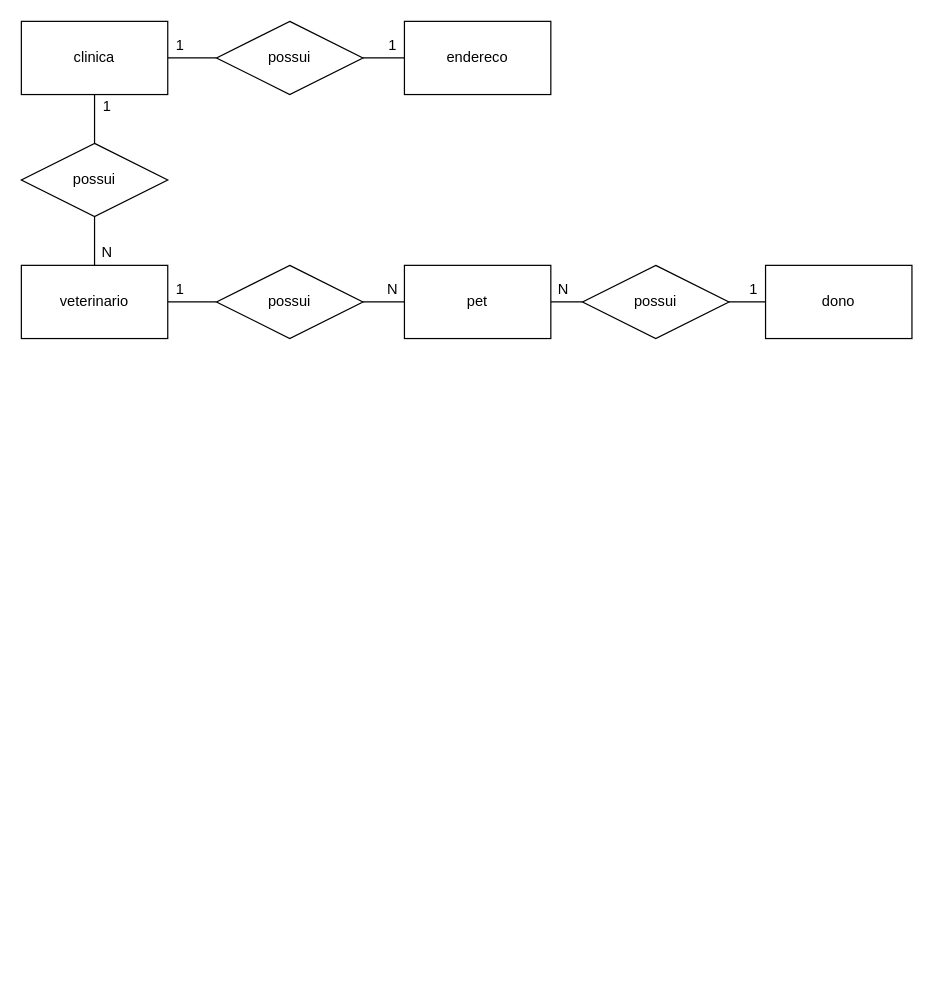
This is page "Conceitual" (1 of 2) of exercicios/1.3-exercicio-pclinics/1.3-exercicio-pclinics.drawio from LimaGustav/senai_sprint1_bd, a draw.io file, before an edit. Source tidied: cells renumbered, new cells numbered last; positions are measured from the earlier drawing's top-left corner, leaving out a move shared by most shapes. Both pictures are drawn from the tidied source at 122%, with x=0, y=0 at pixel (21, 21).
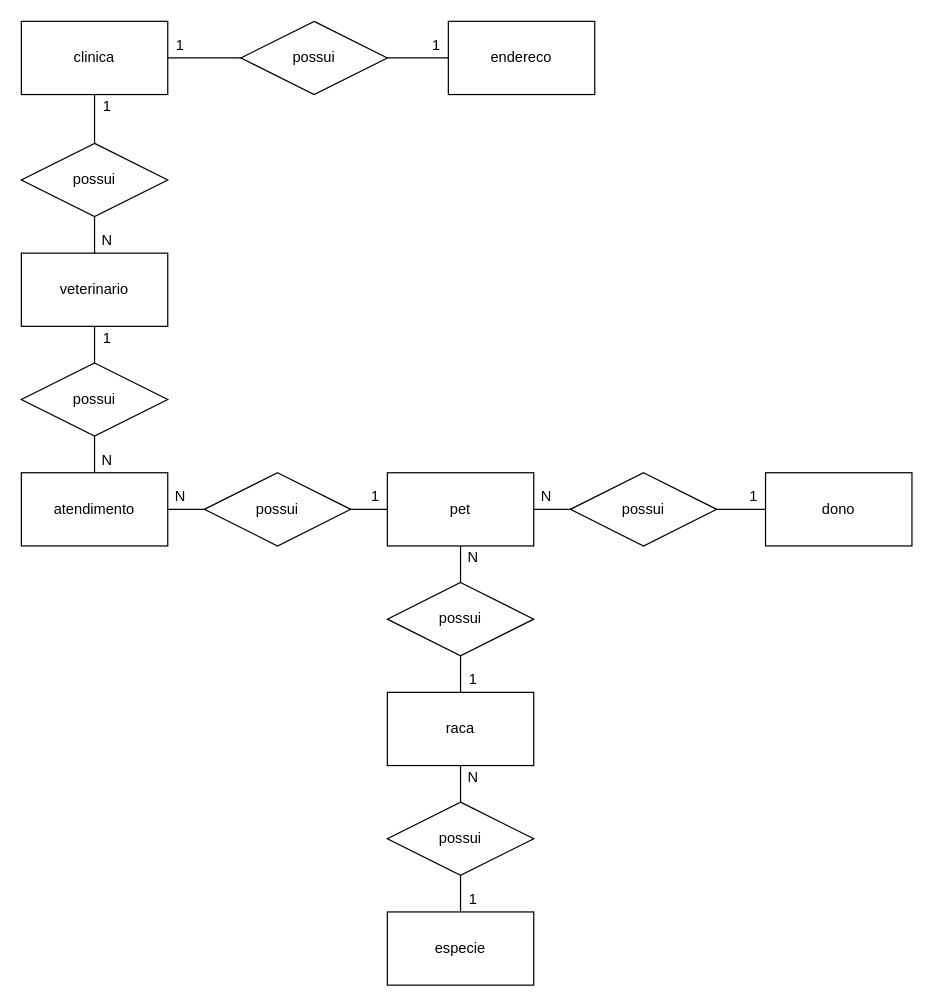
The same diagram, later.

The change refers to these unchanged cells:
```xml
<mxCell id="4" value="clinica" style="rounded=0;whiteSpace=wrap;html=1;" parent="1" vertex="1">
  <mxGeometry width="120" height="60" as="geometry" />
</mxCell>
<mxCell id="14" value="possui" style="shape=rhombus;perimeter=rhombusPerimeter;whiteSpace=wrap;html=1;align=center;" parent="1" vertex="1">
  <mxGeometry y="100" width="120" height="60" as="geometry" />
</mxCell>
```

Change to the diagram source:
```diff
@@
-    <mxCell id="2" style="edgeStyle=orthogonalEdgeStyle;rounded=0;jettySize=auto;html=1;entryX=0;entryY=0.5;entryDx=0;entryDy=0;endArrow=none;endFill=0;" parent="1" edge="1" source="4" target="7">
-      <mxGeometry relative="1" as="geometry" />
-    </mxCell>
+    <mxCell id="27" style="edgeStyle=orthogonalEdgeStyle;rounded=0;jettySize=auto;html=1;entryX=0;entryY=0.5;entryDx=0;entryDy=0;endArrow=none;endFill=0;" parent="1" edge="1" source="4" target="35">
+      <mxGeometry relative="1" as="geometry" />
+    </mxCell>
-    <mxCell id="3" style="edgeStyle=orthogonalEdgeStyle;rounded=0;jettySize=auto;html=1;entryX=0.5;entryY=0;entryDx=0;entryDy=0;endArrow=none;endFill=0;" parent="1" edge="1" source="4" target="14">
+    <mxCell id="3" style="edgeStyle=orthogonalEdgeStyle;rounded=0;jettySize=auto;html=1;endArrow=none;endFill=0;" parent="1" edge="1" source="4" target="14">
       <mxGeometry relative="1" as="geometry" />
     </mxCell>
@@
     <mxCell id="5" value="endereco" style="rounded=0;whiteSpace=wrap;html=1;" parent="1" vertex="1">
-      <mxGeometry x="314" width="120" height="60" as="geometry" />
+      <mxGeometry x="350" width="120" height="60" as="geometry" />
     </mxCell>
-    <mxCell id="6" style="edgeStyle=orthogonalEdgeStyle;rounded=0;jettySize=auto;html=1;endArrow=none;endFill=0;" parent="1" edge="1" source="7" target="5">
-      <mxGeometry relative="1" as="geometry" />
-    </mxCell>
-    <mxCell id="7" value="possui" style="shape=rhombus;perimeter=rhombusPerimeter;whiteSpace=wrap;html=1;align=center;" parent="1" vertex="1">
-      <mxGeometry x="160" width="120" height="60" as="geometry" />
-    </mxCell>
-    <mxCell id="8" style="edgeStyle=orthogonalEdgeStyle;rounded=0;jettySize=auto;html=1;entryX=0;entryY=0.5;entryDx=0;entryDy=0;endArrow=none;endFill=0;" parent="1" edge="1" source="9" target="20">
-      <mxGeometry relative="1" as="geometry" />
-    </mxCell>
+    <mxCell id="28" style="edgeStyle=orthogonalEdgeStyle;rounded=0;jettySize=auto;html=1;entryX=0;entryY=0.5;entryDx=0;entryDy=0;endArrow=none;endFill=0;" parent="1" edge="1" source="9" target="36">
+      <mxGeometry relative="1" as="geometry" />
+    </mxCell>
+    <mxCell id="29" style="edgeStyle=orthogonalEdgeStyle;rounded=0;jettySize=auto;html=1;entryX=0.5;entryY=0;entryDx=0;entryDy=0;endArrow=none;endFill=0;" parent="1" edge="1" source="9" target="53">
+      <mxGeometry relative="1" as="geometry" />
+    </mxCell>
-    <mxCell id="9" value="pet" style="rounded=0;whiteSpace=wrap;html=1;" parent="1" vertex="1">
-      <mxGeometry x="314" y="200" width="120" height="60" as="geometry" />
+    <mxCell id="9" value="pet" style="whiteSpace=wrap;html=1;" parent="1" vertex="1">
+      <mxGeometry x="300" y="370" width="120" height="60" as="geometry" />
     </mxCell>
-    <mxCell id="10" style="edgeStyle=orthogonalEdgeStyle;rounded=0;jettySize=auto;html=1;entryX=0;entryY=0.5;entryDx=0;entryDy=0;endArrow=none;endFill=0;" parent="1" edge="1" source="11" target="22">
-      <mxGeometry relative="1" as="geometry" />
-    </mxCell>
+    <mxCell id="30" style="edgeStyle=orthogonalEdgeStyle;rounded=0;jettySize=auto;html=1;endArrow=none;endFill=0;" parent="1" edge="1" source="12" target="36">
+      <mxGeometry relative="1" as="geometry" />
+    </mxCell>
+    <mxCell id="12" value="dono" style="whiteSpace=wrap;html=1;" parent="1" vertex="1">
+      <mxGeometry x="610" y="370" width="120" height="60" as="geometry" />
+    </mxCell>
+    <mxCell id="31" style="edgeStyle=orthogonalEdgeStyle;rounded=0;jettySize=auto;html=1;endArrow=none;endFill=0;" parent="1" edge="1" source="11" target="38">
+      <mxGeometry relative="1" as="geometry" />
+    </mxCell>
-    <mxCell id="11" value="veterinario" style="rounded=0;whiteSpace=wrap;html=1;" parent="1" vertex="1">
-      <mxGeometry y="200" width="120" height="60" as="geometry" />
+    <mxCell id="11" value="veterinario" style="whiteSpace=wrap;html=1;" parent="1" vertex="1">
+      <mxGeometry y="190" width="120" height="60" as="geometry" />
     </mxCell>
-    <mxCell id="12" value="dono" style="rounded=0;whiteSpace=wrap;html=1;" parent="1" vertex="1">
-      <mxGeometry x="610" y="200" width="120" height="60" as="geometry" />
-    </mxCell>
+    <mxCell id="32" style="edgeStyle=orthogonalEdgeStyle;rounded=0;jettySize=auto;html=1;endArrow=none;endFill=0;" parent="1" edge="1" source="33" target="40">
+      <mxGeometry relative="1" as="geometry" />
+    </mxCell>
+    <mxCell id="33" value="atendimento" style="whiteSpace=wrap;html=1;" parent="1" vertex="1">
+      <mxGeometry y="370" width="120" height="60" as="geometry" />
+    </mxCell>
+    <mxCell id="34" style="edgeStyle=orthogonalEdgeStyle;rounded=0;jettySize=auto;html=1;endArrow=none;endFill=0;" parent="1" edge="1" source="35" target="5">
+      <mxGeometry relative="1" as="geometry" />
+    </mxCell>
+    <mxCell id="35" value="possui" style="shape=rhombus;perimeter=rhombusPerimeter;whiteSpace=wrap;html=1;align=center;" parent="1" vertex="1">
+      <mxGeometry x="180" width="120" height="60" as="geometry" />
+    </mxCell>
+    <mxCell id="36" value="possui" style="shape=rhombus;perimeter=rhombusPerimeter;whiteSpace=wrap;html=1;align=center;" parent="1" vertex="1">
+      <mxGeometry x="450" y="370" width="120" height="60" as="geometry" />
+    </mxCell>
@@
+    <mxCell id="37" style="edgeStyle=orthogonalEdgeStyle;rounded=0;jettySize=auto;html=1;endArrow=none;endFill=0;" parent="1" edge="1" source="38" target="33">
+      <mxGeometry relative="1" as="geometry" />
+    </mxCell>
+    <mxCell id="38" value="possui" style="shape=rhombus;perimeter=rhombusPerimeter;whiteSpace=wrap;html=1;align=center;" parent="1" vertex="1">
+      <mxGeometry y="280" width="120" height="60" as="geometry" />
+    </mxCell>
+    <mxCell id="39" style="edgeStyle=orthogonalEdgeStyle;rounded=0;jettySize=auto;html=1;endArrow=none;endFill=0;" parent="1" edge="1" source="40" target="9">
+      <mxGeometry relative="1" as="geometry" />
+    </mxCell>
+    <mxCell id="40" value="possui" style="shape=rhombus;perimeter=rhombusPerimeter;whiteSpace=wrap;html=1;align=center;" parent="1" vertex="1">
+      <mxGeometry x="150" y="370" width="120" height="60" as="geometry" />
+    </mxCell>
+    <mxCell id="18" value="1" style="text;html=1;align=center;verticalAlign=middle;strokeColor=none;" parent="1" vertex="1">
+      <mxGeometry x="120" y="10" width="20" height="20" as="geometry" />
+    </mxCell>
+    <mxCell id="41" value="1" style="text;html=1;align=center;verticalAlign=middle;strokeColor=none;" parent="1" vertex="1">
+      <mxGeometry x="330" y="10" width="20" height="20" as="geometry" />
+    </mxCell>
@@
-    <mxCell id="16" value="1" style="text;html=1;align=center;verticalAlign=middle;strokeColor=none;" parent="1" vertex="1">
-      <mxGeometry x="294" y="10" width="20" height="20" as="geometry" />
-    </mxCell>
-    <mxCell id="17" value="N" style="text;html=1;align=center;verticalAlign=middle;strokeColor=none;" parent="1" vertex="1">
-      <mxGeometry x="60" y="180" width="20" height="20" as="geometry" />
-    </mxCell>
-    <mxCell id="18" value="1" style="text;html=1;align=center;verticalAlign=middle;strokeColor=none;" parent="1" vertex="1">
-      <mxGeometry x="120" y="10" width="20" height="20" as="geometry" />
-    </mxCell>
-    <mxCell id="19" style="edgeStyle=orthogonalEdgeStyle;rounded=0;jettySize=auto;html=1;endArrow=none;endFill=0;" parent="1" edge="1" source="20" target="12">
-      <mxGeometry relative="1" as="geometry" />
-    </mxCell>
-    <mxCell id="20" value="possui" style="shape=rhombus;perimeter=rhombusPerimeter;whiteSpace=wrap;html=1;align=center;" parent="1" vertex="1">
-      <mxGeometry x="460" y="200" width="120" height="60" as="geometry" />
-    </mxCell>
-    <mxCell id="21" style="edgeStyle=orthogonalEdgeStyle;rounded=0;jettySize=auto;html=1;entryX=0;entryY=0.5;entryDx=0;entryDy=0;endArrow=none;endFill=0;" parent="1" edge="1" source="22" target="9">
-      <mxGeometry relative="1" as="geometry" />
-    </mxCell>
-    <mxCell id="22" value="possui" style="shape=rhombus;perimeter=rhombusPerimeter;whiteSpace=wrap;html=1;align=center;" parent="1" vertex="1">
-      <mxGeometry x="160" y="200" width="120" height="60" as="geometry" />
-    </mxCell>
-    <mxCell id="23" value="N" style="text;html=1;align=center;verticalAlign=middle;strokeColor=none;" parent="1" vertex="1">
-      <mxGeometry x="434" y="210" width="20" height="20" as="geometry" />
-    </mxCell>
-    <mxCell id="24" value="1" style="text;html=1;align=center;verticalAlign=middle;strokeColor=none;" parent="1" vertex="1">
-      <mxGeometry x="590" y="210" width="20" height="20" as="geometry" />
-    </mxCell>
-    <mxCell id="25" value="N" style="text;html=1;align=center;verticalAlign=middle;strokeColor=none;" parent="1" vertex="1">
-      <mxGeometry x="294" y="210" width="20" height="20" as="geometry" />
-    </mxCell>
-    <mxCell id="26" value="1" style="text;html=1;align=center;verticalAlign=middle;strokeColor=none;" parent="1" vertex="1">
-      <mxGeometry x="120" y="210" width="20" height="20" as="geometry" />
-    </mxCell>
+    <mxCell id="42" value="N" style="text;html=1;align=center;verticalAlign=middle;strokeColor=none;" parent="1" vertex="1">
+      <mxGeometry x="60" y="170" width="20" height="20" as="geometry" />
+    </mxCell>
+    <mxCell id="43" value="1" style="text;html=1;align=center;verticalAlign=middle;strokeColor=none;" parent="1" vertex="1">
+      <mxGeometry x="60" y="250" width="20" height="20" as="geometry" />
+    </mxCell>
+    <mxCell id="44" value="N" style="text;html=1;align=center;verticalAlign=middle;strokeColor=none;" parent="1" vertex="1">
+      <mxGeometry x="120" y="380" width="20" height="20" as="geometry" />
+    </mxCell>
+    <mxCell id="45" value="1" style="text;html=1;align=center;verticalAlign=middle;strokeColor=none;" parent="1" vertex="1">
+      <mxGeometry x="280" y="380" width="20" height="20" as="geometry" />
+    </mxCell>
+    <mxCell id="46" value="N" style="text;html=1;align=center;verticalAlign=middle;strokeColor=none;" parent="1" vertex="1">
+      <mxGeometry x="420" y="380" width="20" height="20" as="geometry" />
+    </mxCell>
+    <mxCell id="47" value="1" style="text;html=1;align=center;verticalAlign=middle;strokeColor=none;" parent="1" vertex="1">
+      <mxGeometry x="590" y="380" width="20" height="20" as="geometry" />
+    </mxCell>
+    <mxCell id="48" value="N" style="text;html=1;align=center;verticalAlign=middle;strokeColor=none;" parent="1" vertex="1">
+      <mxGeometry x="60" y="350" width="20" height="20" as="geometry" />
+    </mxCell>
+    <mxCell id="49" style="edgeStyle=orthogonalEdgeStyle;rounded=0;jettySize=auto;html=1;endArrow=none;endFill=0;" parent="1" edge="1" source="50" target="55">
+      <mxGeometry relative="1" as="geometry" />
+    </mxCell>
+    <mxCell id="50" value="raca" style="whiteSpace=wrap;html=1;" parent="1" vertex="1">
+      <mxGeometry x="300" y="550" width="120" height="60" as="geometry" />
+    </mxCell>
+    <mxCell id="51" value="especie" style="whiteSpace=wrap;html=1;" parent="1" vertex="1">
+      <mxGeometry x="300" y="730" width="120" height="60" as="geometry" />
+    </mxCell>
+    <mxCell id="52" style="edgeStyle=orthogonalEdgeStyle;rounded=0;jettySize=auto;html=1;endArrow=none;endFill=0;" parent="1" edge="1" source="53" target="50">
+      <mxGeometry relative="1" as="geometry" />
+    </mxCell>
+    <mxCell id="53" value="possui" style="shape=rhombus;perimeter=rhombusPerimeter;whiteSpace=wrap;html=1;align=center;" parent="1" vertex="1">
+      <mxGeometry x="300" y="460" width="120" height="60" as="geometry" />
+    </mxCell>
+    <mxCell id="54" style="edgeStyle=orthogonalEdgeStyle;rounded=0;jettySize=auto;html=1;endArrow=none;endFill=0;" parent="1" edge="1" source="55" target="51">
+      <mxGeometry relative="1" as="geometry" />
+    </mxCell>
+    <mxCell id="55" value="possui" style="shape=rhombus;perimeter=rhombusPerimeter;whiteSpace=wrap;html=1;align=center;" parent="1" vertex="1">
+      <mxGeometry x="300" y="640" width="120" height="60" as="geometry" />
+    </mxCell>
+    <mxCell id="56" value="N" style="text;html=1;align=center;verticalAlign=middle;strokeColor=none;" parent="1" vertex="1">
+      <mxGeometry x="360" y="430" width="20" height="20" as="geometry" />
+    </mxCell>
+    <mxCell id="57" value="1" style="text;html=1;align=center;verticalAlign=middle;strokeColor=none;" parent="1" vertex="1">
+      <mxGeometry x="360" y="530" width="20" height="20" as="geometry" />
+    </mxCell>
+    <mxCell id="58" value="N" style="text;html=1;align=center;verticalAlign=middle;strokeColor=none;" parent="1" vertex="1">
+      <mxGeometry x="360" y="610" width="20" height="20" as="geometry" />
+    </mxCell>
+    <mxCell id="59" value="1" style="text;html=1;align=center;verticalAlign=middle;strokeColor=none;" parent="1" vertex="1">
+      <mxGeometry x="360" y="710" width="20" height="20" as="geometry" />
+    </mxCell>
```
